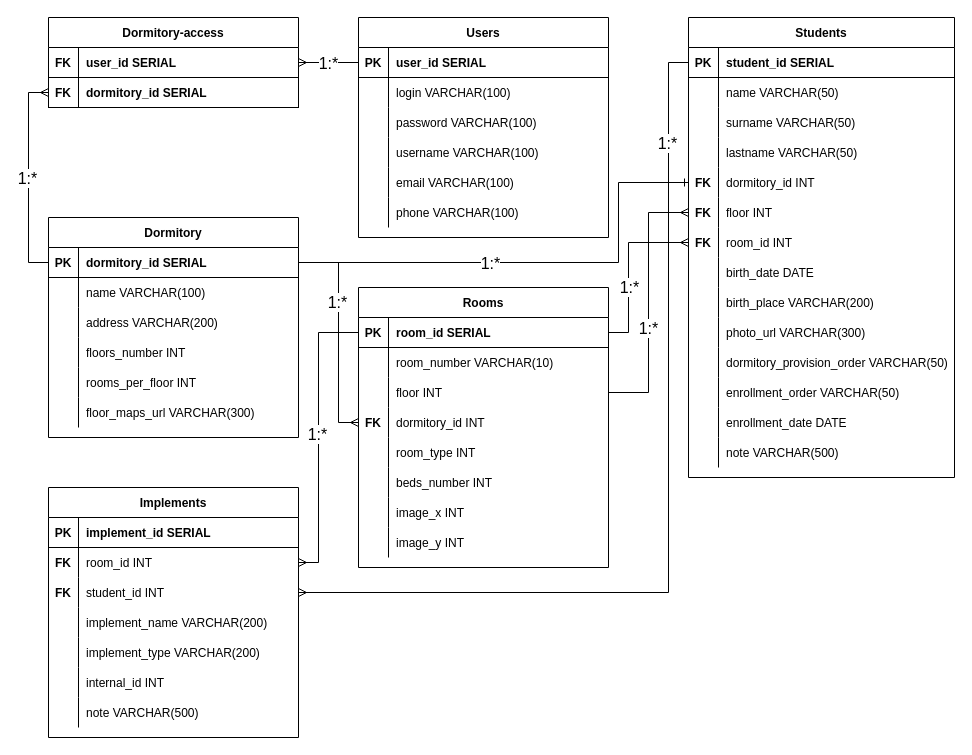
Before: documentation/Dormitory_erd.drawio in vedrent/dormitory-tracker, a draw.io diagram. Source tidied: cells renumbered, new cells numbered last; positions are measured from the earlier drawing's top-left corner, leaving out a move shared by most shapes. Both pictures are drawn from the tidied source at 100%, with x=0, y=0 at pixel (48, 17).
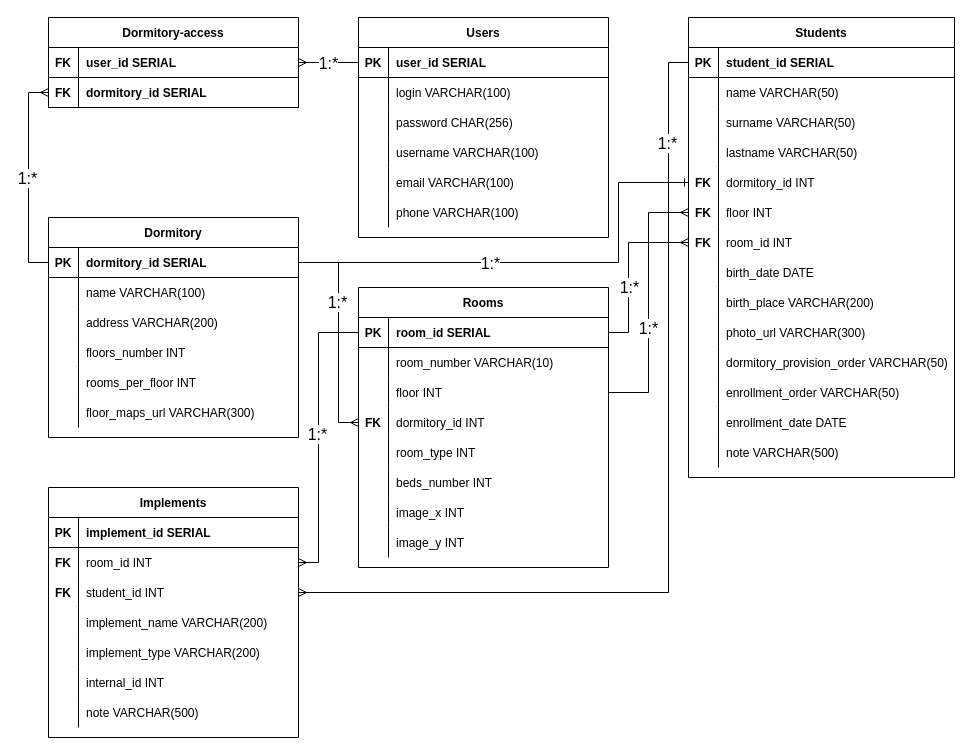
After the change.

The change refers to these unchanged cells:
```xml
<mxCell id="52" style="shape=partialRectangle;fillColor=none;top=0;left=0;right=0;bottom=0;" parent="45" vertex="1">
  <mxGeometry y="90" width="250" height="30" as="geometry" />
</mxCell>
```

Change to the diagram source:
```diff
@@
-    <mxCell id="54" value="password VARCHAR(100)" style="shape=partialRectangle;overflow=hidden;fillColor=none;top=0;left=0;bottom=0;right=0;align=left;spacingLeft=6;" parent="52" vertex="1">
+    <mxCell id="54" value="password CHAR(256)" style="shape=partialRectangle;overflow=hidden;fillColor=none;top=0;left=0;bottom=0;right=0;align=left;spacingLeft=6;" parent="52" vertex="1">
       <mxGeometry x="30" width="220" height="30" as="geometry" />
     </mxCell>
```
